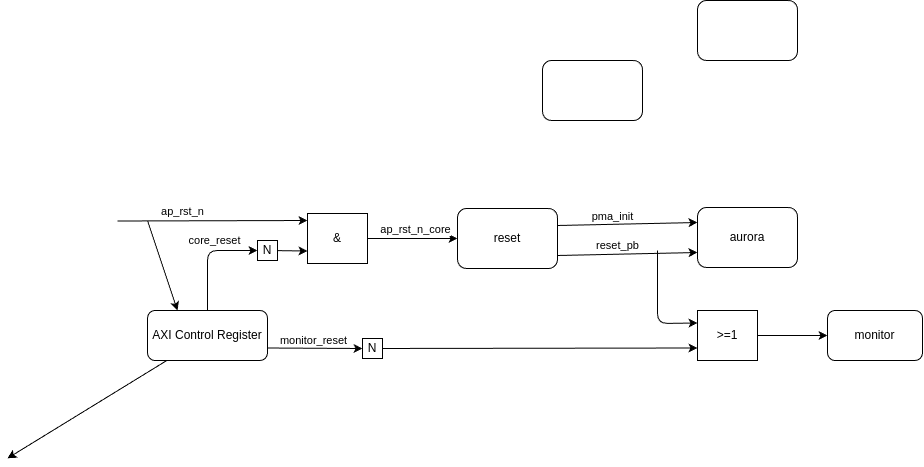
pc2/Aurora-HLS keeps this draw.io diagram as images/reset_diagram.drawio.png. Above is the earlier version. Source tidied: cells renumbered, new cells last; positions are measured from the earlier drawing's top-left corner, leaving out a move shared by most shapes. Its diagram source:
```xml
<mxGraphModel>
  <root>
    <mxCell id="0" />
    <mxCell id="1" parent="0" />
    <mxCell id="2" style="rounded=1;whiteSpace=wrap;html=1;" parent="1" vertex="1">
      <mxGeometry x="535" y="60" width="100" height="60" as="geometry" />
    </mxCell>
    <mxCell id="3" style="rounded=1;whiteSpace=wrap;html=1;" parent="1" vertex="1">
      <mxGeometry x="690" width="100" height="60" as="geometry" />
    </mxCell>
    <mxCell id="4" style="edgeStyle=none;html=1;entryX=0;entryY=0.25;entryDx=0;entryDy=0;exitX=1;exitY=0.25;exitDx=0;exitDy=0;" parent="1" edge="1" target="23">
      <mxGeometry relative="1" as="geometry">
        <mxPoint x="550" y="225" as="sourcePoint" />
      </mxGeometry>
    </mxCell>
    <mxCell id="5" value="pma_init" style="edgeLabel;html=1;align=center;verticalAlign=middle;" parent="4" vertex="1">
      <mxGeometry x="-0.48" y="2" relative="1" as="geometry">
        <mxPoint x="18" y="-7" as="offset" />
      </mxGeometry>
    </mxCell>
    <mxCell id="6" style="edgeStyle=none;html=1;entryX=0;entryY=0.75;entryDx=0;entryDy=0;exitX=1;exitY=0.75;exitDx=0;exitDy=0;" parent="1" edge="1" target="23">
      <mxGeometry relative="1" as="geometry">
        <mxPoint x="550" y="255" as="sourcePoint" />
      </mxGeometry>
    </mxCell>
    <mxCell id="7" value="reset_pb" style="edgeLabel;html=1;align=center;verticalAlign=middle;" parent="6" vertex="1">
      <mxGeometry x="-0.26" y="1" relative="1" as="geometry">
        <mxPoint x="8" y="-8" as="offset" />
      </mxGeometry>
    </mxCell>
    <mxCell id="8" value="reset" style="rounded=1;whiteSpace=wrap;html=1;" parent="1" vertex="1">
      <mxGeometry x="450" y="208" width="100" height="60" as="geometry" />
    </mxCell>
    <mxCell id="9" value="monitor" style="rounded=1;whiteSpace=wrap;html=1;" parent="1" vertex="1">
      <mxGeometry x="820" y="310" width="95" height="50" as="geometry" />
    </mxCell>
    <mxCell id="10" style="edgeStyle=none;html=1;" parent="1" edge="1" source="20">
      <mxGeometry relative="1" as="geometry">
        <mxPoint y="457.8" as="targetPoint" />
      </mxGeometry>
    </mxCell>
    <mxCell id="11" style="edgeStyle=none;html=1;" parent="1" edge="1" source="20">
      <mxGeometry relative="1" as="geometry">
        <mxPoint y="457.8" as="targetPoint" />
      </mxGeometry>
    </mxCell>
    <mxCell id="12" style="edgeStyle=none;html=1;" parent="1" edge="1" source="20">
      <mxGeometry relative="1" as="geometry">
        <mxPoint y="457.8" as="targetPoint" />
      </mxGeometry>
    </mxCell>
    <mxCell id="13" style="edgeStyle=none;html=1;entryX=0;entryY=0.5;entryDx=0;entryDy=0;" parent="1" edge="1" source="20" target="28">
      <mxGeometry relative="1" as="geometry">
        <Array as="points">
          <mxPoint x="200" y="250" />
        </Array>
      </mxGeometry>
    </mxCell>
    <mxCell id="14" value="core_reset" style="edgeLabel;html=1;align=center;verticalAlign=middle;" parent="13" vertex="1">
      <mxGeometry x="0.25" y="2" relative="1" as="geometry">
        <mxPoint x="-2" y="-8" as="offset" />
      </mxGeometry>
    </mxCell>
    <mxCell id="15" style="edgeStyle=none;html=1;" parent="1" edge="1" source="20">
      <mxGeometry relative="1" as="geometry">
        <mxPoint y="457.8" as="targetPoint" />
      </mxGeometry>
    </mxCell>
    <mxCell id="16" style="edgeStyle=none;html=1;" parent="1" edge="1" source="20">
      <mxGeometry relative="1" as="geometry">
        <mxPoint y="457.8" as="targetPoint" />
      </mxGeometry>
    </mxCell>
    <mxCell id="17" style="edgeStyle=none;html=1;" parent="1" edge="1" source="20">
      <mxGeometry relative="1" as="geometry">
        <mxPoint y="457.8" as="targetPoint" />
      </mxGeometry>
    </mxCell>
    <mxCell id="18" style="edgeStyle=none;html=1;entryX=0;entryY=0.5;entryDx=0;entryDy=0;exitX=1;exitY=0.75;exitDx=0;exitDy=0;" parent="1" edge="1" source="20" target="32">
      <mxGeometry relative="1" as="geometry" />
    </mxCell>
    <mxCell id="19" value="monitor_reset" style="edgeLabel;html=1;align=center;verticalAlign=middle;" parent="18" vertex="1">
      <mxGeometry x="-0.28" y="1" relative="1" as="geometry">
        <mxPoint x="11" y="-7" as="offset" />
      </mxGeometry>
    </mxCell>
    <mxCell id="20" value="AXI Control Register" style="rounded=1;whiteSpace=wrap;html=1;" parent="1" vertex="1">
      <mxGeometry x="140" y="310" width="120" height="50" as="geometry" />
    </mxCell>
    <mxCell id="21" style="endArrow=classic;html=1;entryX=0;entryY=0.25;entryDx=0;entryDy=0;" parent="1" edge="1">
      <mxGeometry relative="1" as="geometry">
        <mxPoint x="110" y="220.5" as="sourcePoint" />
        <mxPoint x="300" y="220" as="targetPoint" />
      </mxGeometry>
    </mxCell>
    <mxCell id="22" value="ap_rst_n" style="edgeLabel;html=1;align=center;verticalAlign=middle;" parent="21" vertex="1">
      <mxGeometry x="-0.32" y="-2" relative="1" as="geometry">
        <mxPoint y="-12" as="offset" />
      </mxGeometry>
    </mxCell>
    <mxCell id="23" value="aurora" style="rounded=1;whiteSpace=wrap;html=1;" parent="1" vertex="1">
      <mxGeometry x="690" y="207" width="100" height="60" as="geometry" />
    </mxCell>
    <mxCell id="24" style="edgeStyle=none;html=1;entryX=0;entryY=0.5;entryDx=0;entryDy=0;" parent="1" edge="1" source="26" target="8">
      <mxGeometry relative="1" as="geometry">
        <Array as="points">
          <mxPoint x="400" y="238" />
        </Array>
      </mxGeometry>
    </mxCell>
    <mxCell id="25" value="ap_rst_n_core" style="edgeLabel;html=1;align=center;verticalAlign=middle;" parent="24" vertex="1">
      <mxGeometry x="-0.49" y="-1" relative="1" as="geometry">
        <mxPoint x="24" y="-10" as="offset" />
      </mxGeometry>
    </mxCell>
    <mxCell id="26" value="&amp;amp;" style="rounded=0;whiteSpace=wrap;html=1;" parent="1" vertex="1">
      <mxGeometry x="300" y="213" width="60" height="50" as="geometry" />
    </mxCell>
    <mxCell id="27" style="edgeStyle=none;html=1;entryX=0;entryY=0.75;entryDx=0;entryDy=0;" parent="1" edge="1" source="28" target="26">
      <mxGeometry relative="1" as="geometry" />
    </mxCell>
    <mxCell id="28" value="N" style="rounded=0;whiteSpace=wrap;html=1;" parent="1" vertex="1">
      <mxGeometry x="250" y="240" width="20" height="20" as="geometry" />
    </mxCell>
    <mxCell id="29" style="edgeStyle=none;html=1;entryX=0;entryY=0.5;entryDx=0;entryDy=0;" parent="1" edge="1" source="30" target="9">
      <mxGeometry relative="1" as="geometry" />
    </mxCell>
    <mxCell id="30" value="&amp;gt;=1" style="rounded=0;whiteSpace=wrap;html=1;" parent="1" vertex="1">
      <mxGeometry x="690" y="310" width="60" height="50" as="geometry" />
    </mxCell>
    <mxCell id="31" style="edgeStyle=none;html=1;entryX=0;entryY=0.75;entryDx=0;entryDy=0;" parent="1" edge="1" source="32" target="30">
      <mxGeometry relative="1" as="geometry" />
    </mxCell>
    <mxCell id="32" value="N" style="rounded=0;whiteSpace=wrap;html=1;" parent="1" vertex="1">
      <mxGeometry x="355" y="338" width="20" height="20" as="geometry" />
    </mxCell>
    <mxCell id="33" style="endArrow=classic;html=1;entryX=0;entryY=0.25;entryDx=0;entryDy=0;" parent="1" edge="1" target="30">
      <mxGeometry relative="1" as="geometry">
        <mxPoint x="650" y="250" as="sourcePoint" />
        <Array as="points">
          <mxPoint x="650" y="323" />
        </Array>
      </mxGeometry>
    </mxCell>
    <mxCell id="34" style="endArrow=classic;html=1;entryX=0.25;entryY=0;entryDx=0;entryDy=0;" parent="1" edge="1" target="20">
      <mxGeometry relative="1" as="geometry">
        <mxPoint x="140" y="220" as="sourcePoint" />
      </mxGeometry>
    </mxCell>
  </root>
</mxGraphModel>
```
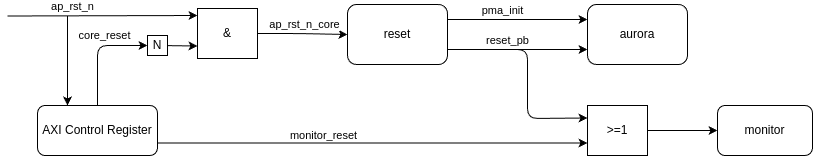
After the change.

What changed in the source:
```diff
@@ -2,15 +2,9 @@
   <root>
     <mxCell id="0" />
     <mxCell id="1" parent="0" />
-    <mxCell id="2" style="rounded=1;whiteSpace=wrap;html=1;" parent="1" vertex="1">
-      <mxGeometry x="535" y="60" width="100" height="60" as="geometry" />
-    </mxCell>
-    <mxCell id="3" style="rounded=1;whiteSpace=wrap;html=1;" parent="1" vertex="1">
-      <mxGeometry x="690" width="100" height="60" as="geometry" />
-    </mxCell>
-    <mxCell id="4" style="edgeStyle=none;html=1;entryX=0;entryY=0.25;entryDx=0;entryDy=0;exitX=1;exitY=0.25;exitDx=0;exitDy=0;" parent="1" edge="1" target="23">
+    <mxCell id="4" style="edgeStyle=none;html=1;exitX=1;exitY=0.25;exitDx=0;exitDy=0;" parent="1" edge="1" source="8">
       <mxGeometry relative="1" as="geometry">
-        <mxPoint x="550" y="225" as="sourcePoint" />
+        <mxPoint x="690" y="224" as="targetPoint" />
       </mxGeometry>
     </mxCell>
     <mxCell id="5" value="pma_init" style="edgeLabel;html=1;align=center;verticalAlign=middle;" parent="4" vertex="1">
@@ -18,10 +12,8 @@
         <mxPoint x="18" y="-7" as="offset" />
       </mxGeometry>
     </mxCell>
-    <mxCell id="6" style="edgeStyle=none;html=1;entryX=0;entryY=0.75;entryDx=0;entryDy=0;exitX=1;exitY=0.75;exitDx=0;exitDy=0;" parent="1" edge="1" target="23">
-      <mxGeometry relative="1" as="geometry">
-        <mxPoint x="550" y="255" as="sourcePoint" />
-      </mxGeometry>
+    <mxCell id="6" style="edgeStyle=none;html=1;entryX=0;entryY=0.75;entryDx=0;entryDy=0;exitX=1;exitY=0.75;exitDx=0;exitDy=0;" parent="1" edge="1" source="8" target="23">
+      <mxGeometry relative="1" as="geometry" />
     </mxCell>
     <mxCell id="7" value="reset_pb" style="edgeLabel;html=1;align=center;verticalAlign=middle;" parent="6" vertex="1">
       <mxGeometry x="-0.26" y="1" relative="1" as="geometry">
@@ -29,26 +21,11 @@
       </mxGeometry>
     </mxCell>
     <mxCell id="8" value="reset" style="rounded=1;whiteSpace=wrap;html=1;" parent="1" vertex="1">
-      <mxGeometry x="450" y="208" width="100" height="60" as="geometry" />
+      <mxGeometry x="450" y="209" width="100" height="60" as="geometry" />
     </mxCell>
     <mxCell id="9" value="monitor" style="rounded=1;whiteSpace=wrap;html=1;" parent="1" vertex="1">
       <mxGeometry x="820" y="310" width="95" height="50" as="geometry" />
     </mxCell>
-    <mxCell id="10" style="edgeStyle=none;html=1;" parent="1" edge="1" source="20">
-      <mxGeometry relative="1" as="geometry">
-        <mxPoint y="457.8" as="targetPoint" />
-      </mxGeometry>
-    </mxCell>
-    <mxCell id="11" style="edgeStyle=none;html=1;" parent="1" edge="1" source="20">
-      <mxGeometry relative="1" as="geometry">
-        <mxPoint y="457.8" as="targetPoint" />
-      </mxGeometry>
-    </mxCell>
-    <mxCell id="12" style="edgeStyle=none;html=1;" parent="1" edge="1" source="20">
-      <mxGeometry relative="1" as="geometry">
-        <mxPoint y="457.8" as="targetPoint" />
-      </mxGeometry>
-    </mxCell>
     <mxCell id="13" style="edgeStyle=none;html=1;entryX=0;entryY=0.5;entryDx=0;entryDy=0;" parent="1" edge="1" source="20" target="28">
       <mxGeometry relative="1" as="geometry">
         <Array as="points">
@@ -61,22 +38,7 @@
         <mxPoint x="-2" y="-8" as="offset" />
       </mxGeometry>
     </mxCell>
-    <mxCell id="15" style="edgeStyle=none;html=1;" parent="1" edge="1" source="20">
-      <mxGeometry relative="1" as="geometry">
-        <mxPoint y="457.8" as="targetPoint" />
-      </mxGeometry>
-    </mxCell>
-    <mxCell id="16" style="edgeStyle=none;html=1;" parent="1" edge="1" source="20">
-      <mxGeometry relative="1" as="geometry">
-        <mxPoint y="457.8" as="targetPoint" />
-      </mxGeometry>
-    </mxCell>
-    <mxCell id="17" style="edgeStyle=none;html=1;" parent="1" edge="1" source="20">
-      <mxGeometry relative="1" as="geometry">
-        <mxPoint y="457.8" as="targetPoint" />
-      </mxGeometry>
-    </mxCell>
-    <mxCell id="18" style="edgeStyle=none;html=1;entryX=0;entryY=0.5;entryDx=0;entryDy=0;exitX=1;exitY=0.75;exitDx=0;exitDy=0;" parent="1" edge="1" source="20" target="32">
+    <mxCell id="18" style="edgeStyle=none;html=1;entryX=0;entryY=0.75;entryDx=0;entryDy=0;exitX=1;exitY=0.75;exitDx=0;exitDy=0;" parent="1" edge="1" source="20" target="30">
       <mxGeometry relative="1" as="geometry" />
     </mxCell>
     <mxCell id="19" value="monitor_reset" style="edgeLabel;html=1;align=center;verticalAlign=middle;" parent="18" vertex="1">
@@ -99,7 +61,7 @@
       </mxGeometry>
     </mxCell>
     <mxCell id="23" value="aurora" style="rounded=1;whiteSpace=wrap;html=1;" parent="1" vertex="1">
-      <mxGeometry x="690" y="207" width="100" height="60" as="geometry" />
+      <mxGeometry x="690" y="209" width="100" height="60" as="geometry" />
     </mxCell>
     <mxCell id="24" style="edgeStyle=none;html=1;entryX=0;entryY=0.5;entryDx=0;entryDy=0;" parent="1" edge="1" source="26" target="8">
       <mxGeometry relative="1" as="geometry">
@@ -128,24 +90,18 @@
     <mxCell id="30" value="&amp;gt;=1" style="rounded=0;whiteSpace=wrap;html=1;" parent="1" vertex="1">
       <mxGeometry x="690" y="310" width="60" height="50" as="geometry" />
     </mxCell>
-    <mxCell id="31" style="edgeStyle=none;html=1;entryX=0;entryY=0.75;entryDx=0;entryDy=0;" parent="1" edge="1" source="32" target="30">
-      <mxGeometry relative="1" as="geometry" />
-    </mxCell>
-    <mxCell id="32" value="N" style="rounded=0;whiteSpace=wrap;html=1;" parent="1" vertex="1">
-      <mxGeometry x="355" y="338" width="20" height="20" as="geometry" />
-    </mxCell>
-    <mxCell id="33" style="endArrow=classic;html=1;entryX=0;entryY=0.25;entryDx=0;entryDy=0;" parent="1" edge="1" target="30">
-      <mxGeometry relative="1" as="geometry">
-        <mxPoint x="650" y="250" as="sourcePoint" />
-        <Array as="points">
-          <mxPoint x="650" y="323" />
-        </Array>
-      </mxGeometry>
-    </mxCell>
     <mxCell id="34" style="endArrow=classic;html=1;entryX=0.25;entryY=0;entryDx=0;entryDy=0;" parent="1" edge="1" target="20">
       <mxGeometry relative="1" as="geometry">
-        <mxPoint x="140" y="220" as="sourcePoint" />
+        <mxPoint x="170" y="220" as="sourcePoint" />
       </mxGeometry>
     </mxCell>
+    <mxCell id="35" style="endArrow=classic;html=1;entryX=0;entryY=0.25;entryDx=0;entryDy=0;exitX=1;exitY=0.75;exitDx=0;exitDy=0;" parent="1" edge="1" source="8" target="30">
+      <mxGeometry relative="1" as="geometry">
+        <Array as="points">
+          <mxPoint x="630" y="254" />
+          <mxPoint x="630" y="323" />
+        </Array>
+      </mxGeometry>
+    </mxCell>
   </root>
 </mxGraphModel>
```
